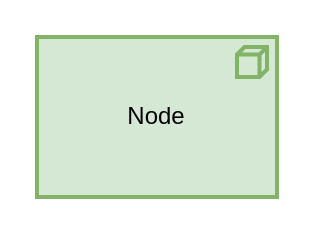
Earlier version of the draw.io diagram 未命名绘图.drawio (Sayi/sayi.github.com). Source tidied: cells renumbered, new cells numbered last; positions are measured from the earlier drawing's top-left corner, leaving out a move shared by most shapes. Both pictures are drawn from the tidied source at 200%, with x=0, y=0 at pixel (36, 36).
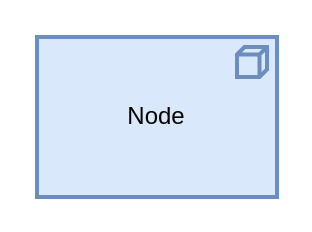
The same diagram, later.

Commit message (it also covers changes not shown here):
更新未命名绘图.drawio

What changed in the source:
```diff
@@
 <mxGraphModel>
   <root>
     <mxCell id="0" />
     <mxCell id="1" parent="0" />
-    <mxCell id="2" value="Node" style="html=1;whiteSpace=wrap;fillColor=#d5e8d4;strokeColor=#82b366;shape=mxgraph.archimate3.application;appType=node;archiType=square;strokeWidth=2;" parent="1" vertex="1">
+    <mxCell id="2" value="Node" style="html=1;whiteSpace=wrap;fillColor=#dae8fc;strokeColor=#6c8ebf;shape=mxgraph.archimate3.application;appType=node;archiType=square;strokeWidth=2;" parent="1" vertex="1">
       <mxGeometry width="120" height="80" as="geometry" />
     </mxCell>
   </root>
 </mxGraphModel>
```
